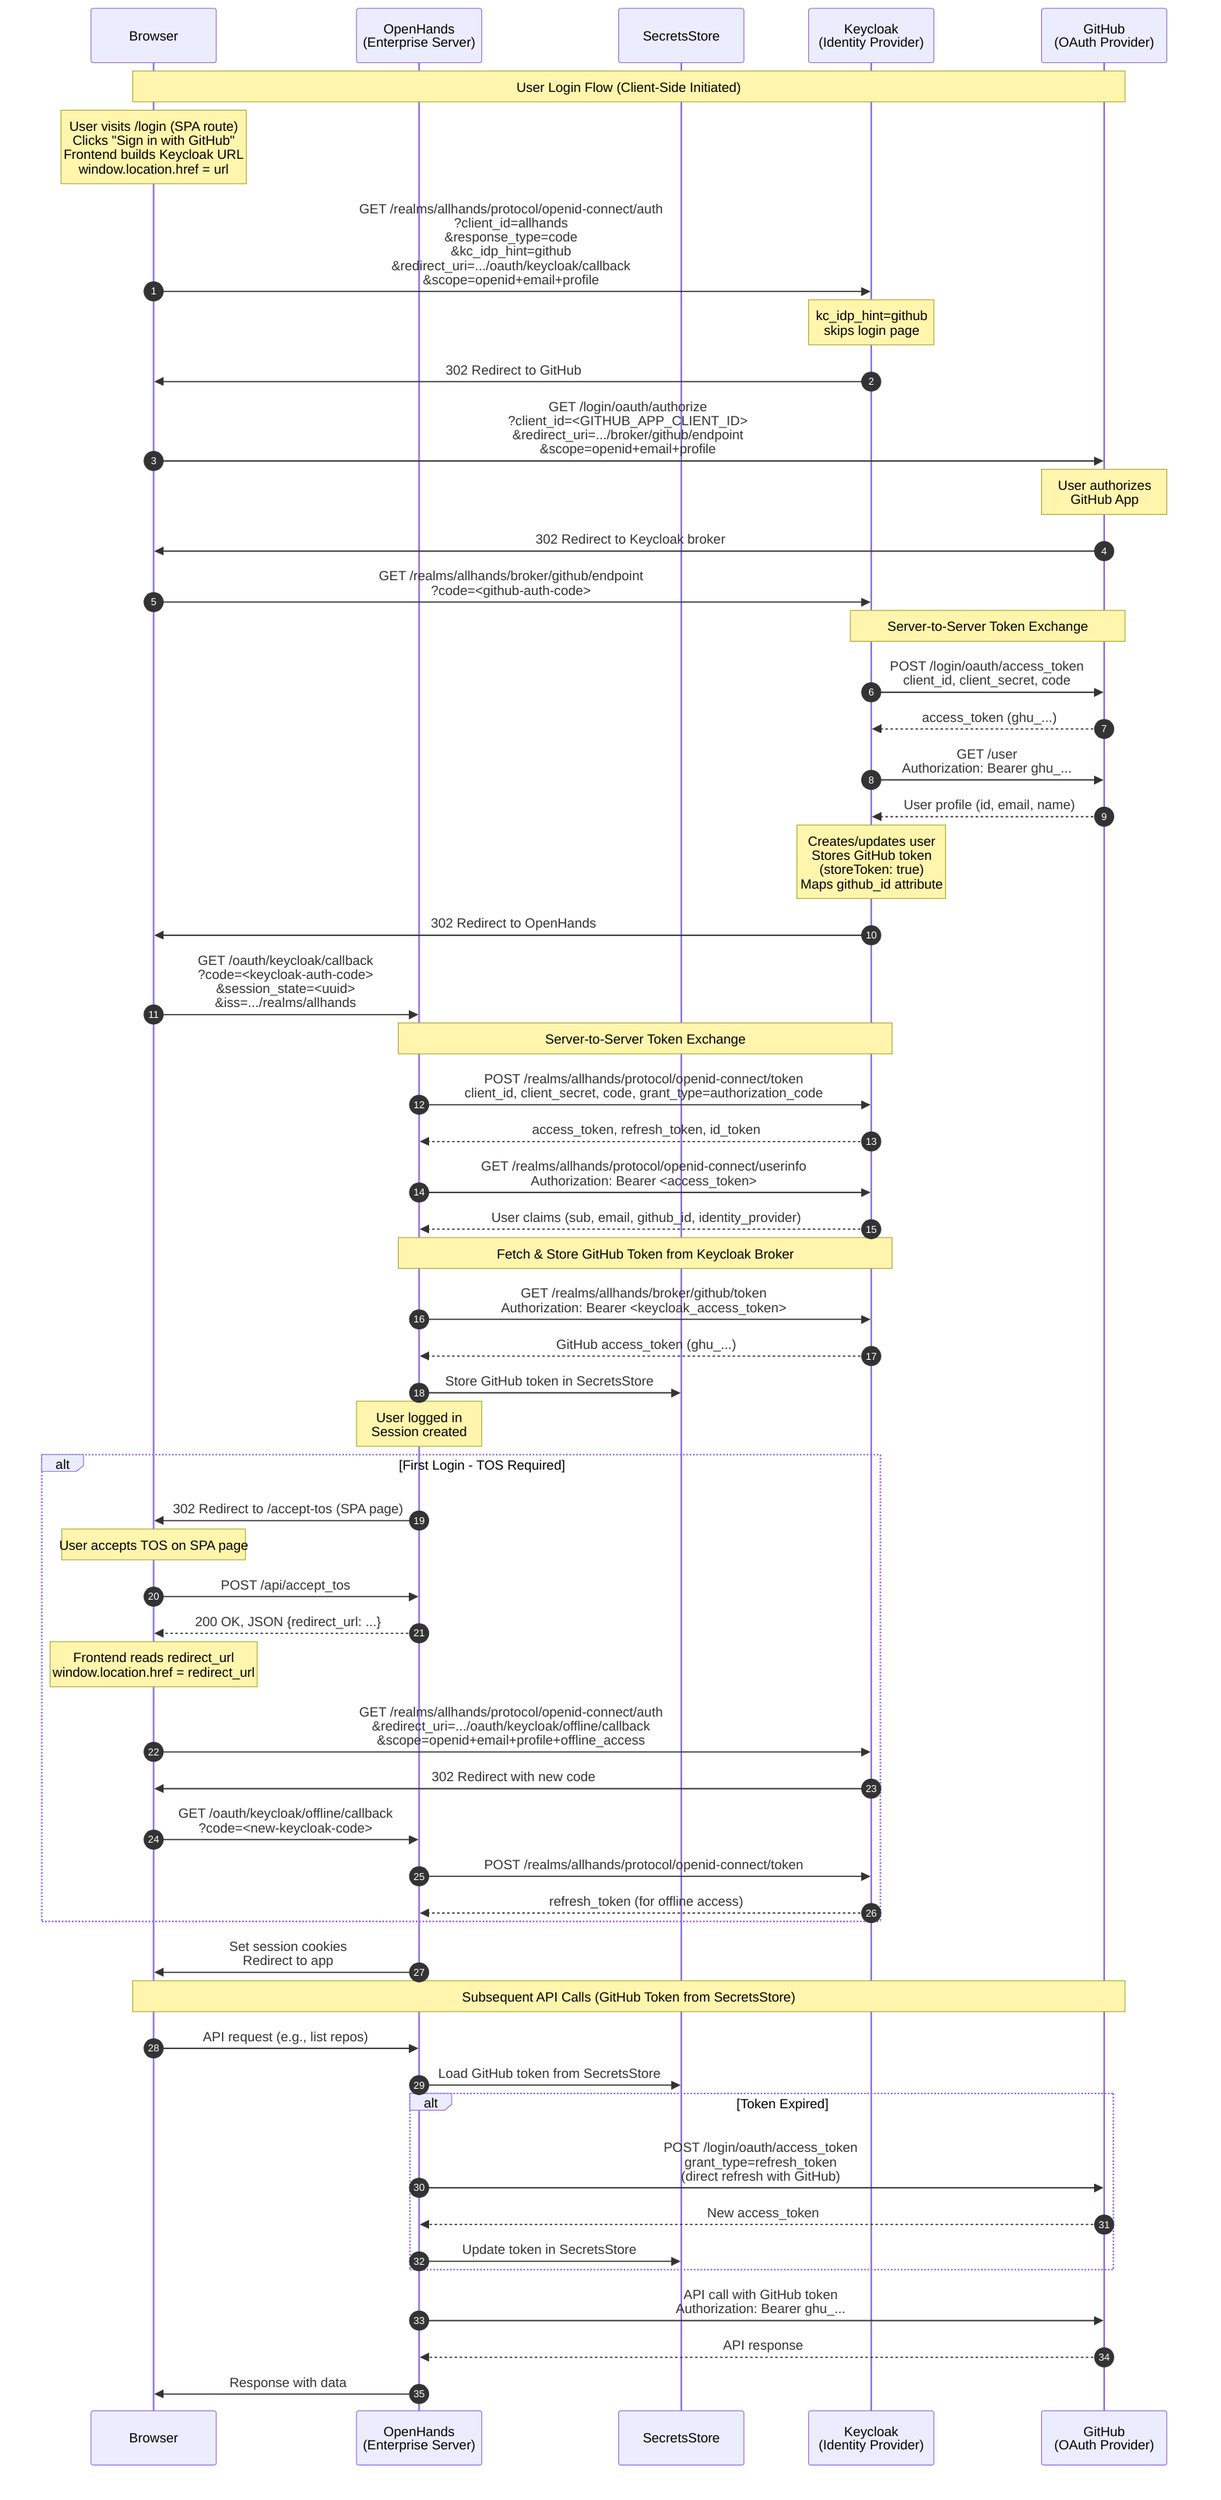
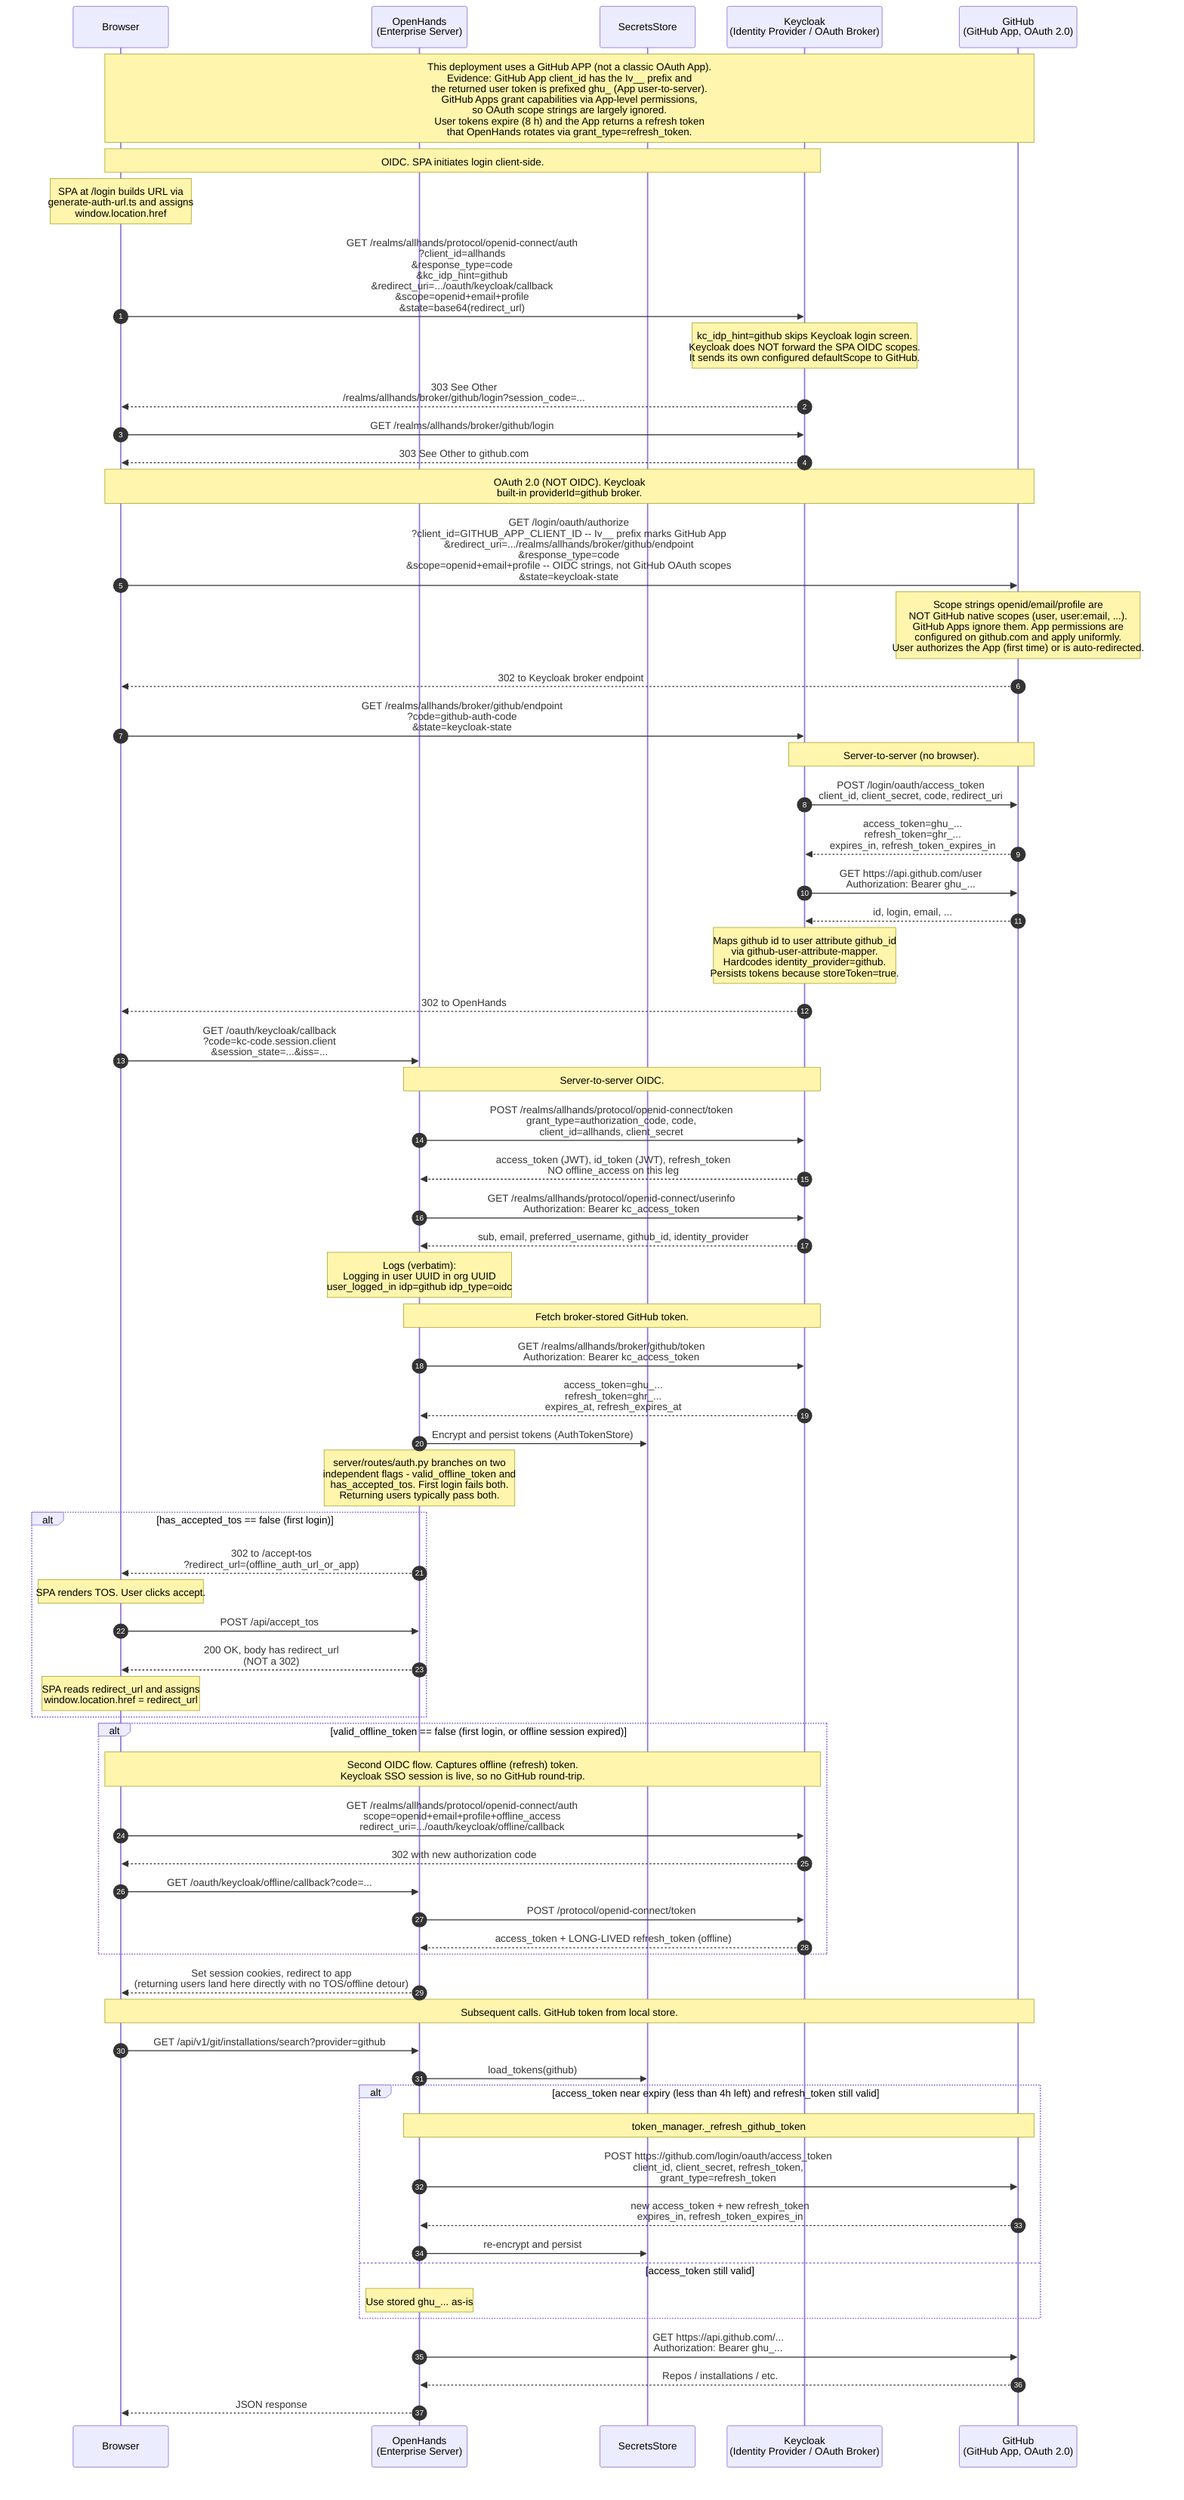
sequenceDiagram
    autonumber
    participant Browser
    participant OpenHands as OpenHands<br/>(Enterprise Server)
    participant DB as SecretsStore
-     participant Keycloak as Keycloak<br/>(Identity Provider)
-     participant GitHub as GitHub<br/>(OAuth Provider)
+     participant Keycloak as Keycloak<br/>(Identity Provider / OAuth Broker)
+     participant GitHub as GitHub<br/>(GitHub App, OAuth 2.0)

-     Note over Browser,GitHub: User Login Flow (Client-Side Initiated)
+     Note over Browser,GitHub: This deployment uses a GitHub APP (not a classic OAuth App).<br/>Evidence: GitHub App client_id has the Iv__ prefix and<br/>the returned user token is prefixed ghu_ (App user-to-server).<br/>GitHub Apps grant capabilities via App-level permissions,<br/>so OAuth scope strings are largely ignored.<br/>User tokens expire (8 h) and the App returns a refresh token<br/>that OpenHands rotates via grant_type=refresh_token.

-     Note over Browser: User visits /login (SPA route)<br/>Clicks "Sign in with GitHub"<br/>Frontend builds Keycloak URL<br/>window.location.href = url
+     Note over Browser,Keycloak: OIDC. SPA initiates login client-side.
+     Note over Browser: SPA at /login builds URL via<br/>generate-auth-url.ts and assigns<br/>window.location.href

-     Browser->>Keycloak: GET /realms/allhands/protocol/openid-connect/auth<br/>?client_id=allhands<br/>&response_type=code<br/>&kc_idp_hint=github<br/>&redirect_uri=.../oauth/keycloak/callback<br/>&scope=openid+email+profile
+     Browser->>Keycloak: GET /realms/allhands/protocol/openid-connect/auth<br/>?client_id=allhands<br/>&response_type=code<br/>&kc_idp_hint=github<br/>&redirect_uri=.../oauth/keycloak/callback<br/>&scope=openid+email+profile<br/>&state=base64(redirect_url)

-     Note over Keycloak: kc_idp_hint=github<br/>skips login page
+     Note over Keycloak: kc_idp_hint=github skips Keycloak login screen.<br/>Keycloak does NOT forward the SPA OIDC scopes.<br/>It sends its own configured defaultScope to GitHub.

-     Keycloak->>Browser: 302 Redirect to GitHub
+     Keycloak-->>Browser: 303 See Other<br/>/realms/allhands/broker/github/login?session_code=...

-     Browser->>GitHub: GET /login/oauth/authorize<br/>?client_id=<GITHUB_APP_CLIENT_ID><br/>&redirect_uri=.../broker/github/endpoint<br/>&scope=openid+email+profile
+     Browser->>Keycloak: GET /realms/allhands/broker/github/login
+     Keycloak-->>Browser: 303 See Other to github.com

-     Note over GitHub: User authorizes<br/>GitHub App
+     Note over Browser,GitHub: OAuth 2.0 (NOT OIDC). Keycloak<br/>built-in providerId=github broker.
+     Browser->>GitHub: GET /login/oauth/authorize<br/>?client_id=GITHUB_APP_CLIENT_ID  -- Iv__ prefix marks GitHub App<br/>&redirect_uri=.../realms/allhands/broker/github/endpoint<br/>&response_type=code<br/>&scope=openid+email+profile  -- OIDC strings, not GitHub OAuth scopes<br/>&state=keycloak-state

-     GitHub->>Browser: 302 Redirect to Keycloak broker
-     Browser->>Keycloak: GET /realms/allhands/broker/github/endpoint<br/>?code=<github-auth-code>
+     Note over GitHub: Scope strings openid/email/profile are<br/>NOT GitHub native scopes (user, user:email, ...).<br/>GitHub Apps ignore them. App permissions are<br/>configured on github.com and apply uniformly.<br/>User authorizes the App (first time) or is auto-redirected.

-     Note over Keycloak,GitHub: Server-to-Server Token Exchange
+     GitHub-->>Browser: 302 to Keycloak broker endpoint
+     Browser->>Keycloak: GET /realms/allhands/broker/github/endpoint<br/>?code=github-auth-code<br/>&state=keycloak-state

-     Keycloak->>GitHub: POST /login/oauth/access_token<br/>client_id, client_secret, code
-     GitHub-->>Keycloak: access_token (ghu_...)
+     Note over Keycloak,GitHub: Server-to-server (no browser).
+     Keycloak->>GitHub: POST /login/oauth/access_token<br/>client_id, client_secret, code, redirect_uri
+     GitHub-->>Keycloak: access_token=ghu_...<br/>refresh_token=ghr_...<br/>expires_in, refresh_token_expires_in

-     Keycloak->>GitHub: GET /user<br/>Authorization: Bearer ghu_...
-     GitHub-->>Keycloak: User profile (id, email, name)
+     Keycloak->>GitHub: GET https://api.github.com/user<br/>Authorization: Bearer ghu_...
+     GitHub-->>Keycloak: id, login, email, ...

-     Note over Keycloak: Creates/updates user<br/>Stores GitHub token<br/>(storeToken: true)<br/>Maps github_id attribute
+     Note over Keycloak: Maps github id to user attribute github_id<br/>via github-user-attribute-mapper.<br/>Hardcodes identity_provider=github.<br/>Persists tokens because storeToken=true.

-     Keycloak->>Browser: 302 Redirect to OpenHands
-     Browser->>OpenHands: GET /oauth/keycloak/callback<br/>?code=<keycloak-auth-code><br/>&session_state=<uuid><br/>&iss=.../realms/allhands
+     Keycloak-->>Browser: 302 to OpenHands
+     Browser->>OpenHands: GET /oauth/keycloak/callback<br/>?code=kc-code.session.client<br/>&session_state=...&iss=...

-     Note over OpenHands,Keycloak: Server-to-Server Token Exchange
+     Note over OpenHands,Keycloak: Server-to-server OIDC.
+     OpenHands->>Keycloak: POST /realms/allhands/protocol/openid-connect/token<br/>grant_type=authorization_code, code,<br/>client_id=allhands, client_secret
+     Keycloak-->>OpenHands: access_token (JWT), id_token (JWT), refresh_token<br/>NO offline_access on this leg

-     OpenHands->>Keycloak: POST /realms/allhands/protocol/openid-connect/token<br/>client_id, client_secret, code, grant_type=authorization_code
-     Keycloak-->>OpenHands: access_token, refresh_token, id_token
+     OpenHands->>Keycloak: GET /realms/allhands/protocol/openid-connect/userinfo<br/>Authorization: Bearer kc_access_token
+     Keycloak-->>OpenHands: sub, email, preferred_username, github_id, identity_provider

-     OpenHands->>Keycloak: GET /realms/allhands/protocol/openid-connect/userinfo<br/>Authorization: Bearer <access_token>
-     Keycloak-->>OpenHands: User claims (sub, email, github_id, identity_provider)
+     Note over OpenHands: Logs (verbatim):<br/>Logging in user UUID in org UUID<br/>user_logged_in idp=github idp_type=oidc

-     Note over OpenHands,Keycloak: Fetch & Store GitHub Token from Keycloak Broker
+     Note over OpenHands,Keycloak: Fetch broker-stored GitHub token.
+     OpenHands->>Keycloak: GET /realms/allhands/broker/github/token<br/>Authorization: Bearer kc_access_token
+     Keycloak-->>OpenHands: access_token=ghu_...<br/>refresh_token=ghr_...<br/>expires_at, refresh_expires_at
+     OpenHands->>DB: Encrypt and persist tokens (AuthTokenStore)

-     OpenHands->>Keycloak: GET /realms/allhands/broker/github/token<br/>Authorization: Bearer <keycloak_access_token>
-     Keycloak-->>OpenHands: GitHub access_token (ghu_...)
+     Note over OpenHands: server/routes/auth.py branches on two<br/>independent flags - valid_offline_token and<br/>has_accepted_tos. First login fails both.<br/>Returning users typically pass both.

-     OpenHands->>DB: Store GitHub token in SecretsStore
- 
-     Note over OpenHands: User logged in<br/>Session created
- 
-     alt First Login - TOS Required
-         OpenHands->>Browser: 302 Redirect to /accept-tos (SPA page)
-         Note over Browser: User accepts TOS on SPA page
+     alt has_accepted_tos == false (first login)
+         OpenHands-->>Browser: 302 to /accept-tos<br/>?redirect_url=(offline_auth_url_or_app)
+         Note over Browser: SPA renders TOS. User clicks accept.
        Browser->>OpenHands: POST /api/accept_tos
-         OpenHands-->>Browser: 200 OK, JSON {redirect_url: ...}
-         Note over Browser: Frontend reads redirect_url<br/>window.location.href = redirect_url
-         Browser->>Keycloak: GET /realms/allhands/protocol/openid-connect/auth<br/>&redirect_uri=.../oauth/keycloak/offline/callback<br/>&scope=openid+email+profile+offline_access
-         Keycloak->>Browser: 302 Redirect with new code
-         Browser->>OpenHands: GET /oauth/keycloak/offline/callback<br/>?code=<new-keycloak-code>
-         OpenHands->>Keycloak: POST /realms/allhands/protocol/openid-connect/token
-         Keycloak-->>OpenHands: refresh_token (for offline access)
+         OpenHands-->>Browser: 200 OK, body has redirect_url<br/>(NOT a 302)
+         Note over Browser: SPA reads redirect_url and assigns<br/>window.location.href = redirect_url
    end

-     OpenHands->>Browser: Set session cookies<br/>Redirect to app
- 
-     Note over Browser,GitHub: Subsequent API Calls (GitHub Token from SecretsStore)
- 
-     Browser->>OpenHands: API request (e.g., list repos)
- 
-     OpenHands->>DB: Load GitHub token from SecretsStore
- 
-     alt Token Expired
-         OpenHands->>GitHub: POST /login/oauth/access_token<br/>grant_type=refresh_token<br/>(direct refresh with GitHub)
-         GitHub-->>OpenHands: New access_token
-         OpenHands->>DB: Update token in SecretsStore
+     alt valid_offline_token == false (first login, or offline session expired)
+         Note over Browser,Keycloak: Second OIDC flow. Captures offline (refresh) token.<br/>Keycloak SSO session is live, so no GitHub round-trip.
+         Browser->>Keycloak: GET /realms/allhands/protocol/openid-connect/auth<br/>scope=openid+email+profile+offline_access<br/>redirect_uri=.../oauth/keycloak/offline/callback
+         Keycloak-->>Browser: 302 with new authorization code
+         Browser->>OpenHands: GET /oauth/keycloak/offline/callback?code=...
+         OpenHands->>Keycloak: POST /protocol/openid-connect/token
+         Keycloak-->>OpenHands: access_token + LONG-LIVED refresh_token (offline)
    end

-     OpenHands->>GitHub: API call with GitHub token<br/>Authorization: Bearer ghu_...
-     GitHub-->>OpenHands: API response
+     OpenHands-->>Browser: Set session cookies, redirect to app<br/>(returning users land here directly with no TOS/offline detour)

-     OpenHands->>Browser: Response with data
+     Note over Browser,GitHub: Subsequent calls. GitHub token from local store.
+     Browser->>OpenHands: GET /api/v1/git/installations/search?provider=github
+     OpenHands->>DB: load_tokens(github)
+ 
+     alt access_token near expiry (less than 4h left) and refresh_token still valid
+         Note over OpenHands,GitHub: token_manager._refresh_github_token
+         OpenHands->>GitHub: POST https://github.com/login/oauth/access_token<br/>client_id, client_secret, refresh_token,<br/>grant_type=refresh_token
+         GitHub-->>OpenHands: new access_token + new refresh_token<br/>expires_in, refresh_token_expires_in
+         OpenHands->>DB: re-encrypt and persist
+     else access_token still valid
+         Note over OpenHands: Use stored ghu_... as-is
+     end
+ 
+     OpenHands->>GitHub: GET https://api.github.com/...<br/>Authorization: Bearer ghu_...
+     GitHub-->>OpenHands: Repos / installations / etc.
+     OpenHands-->>Browser: JSON response
